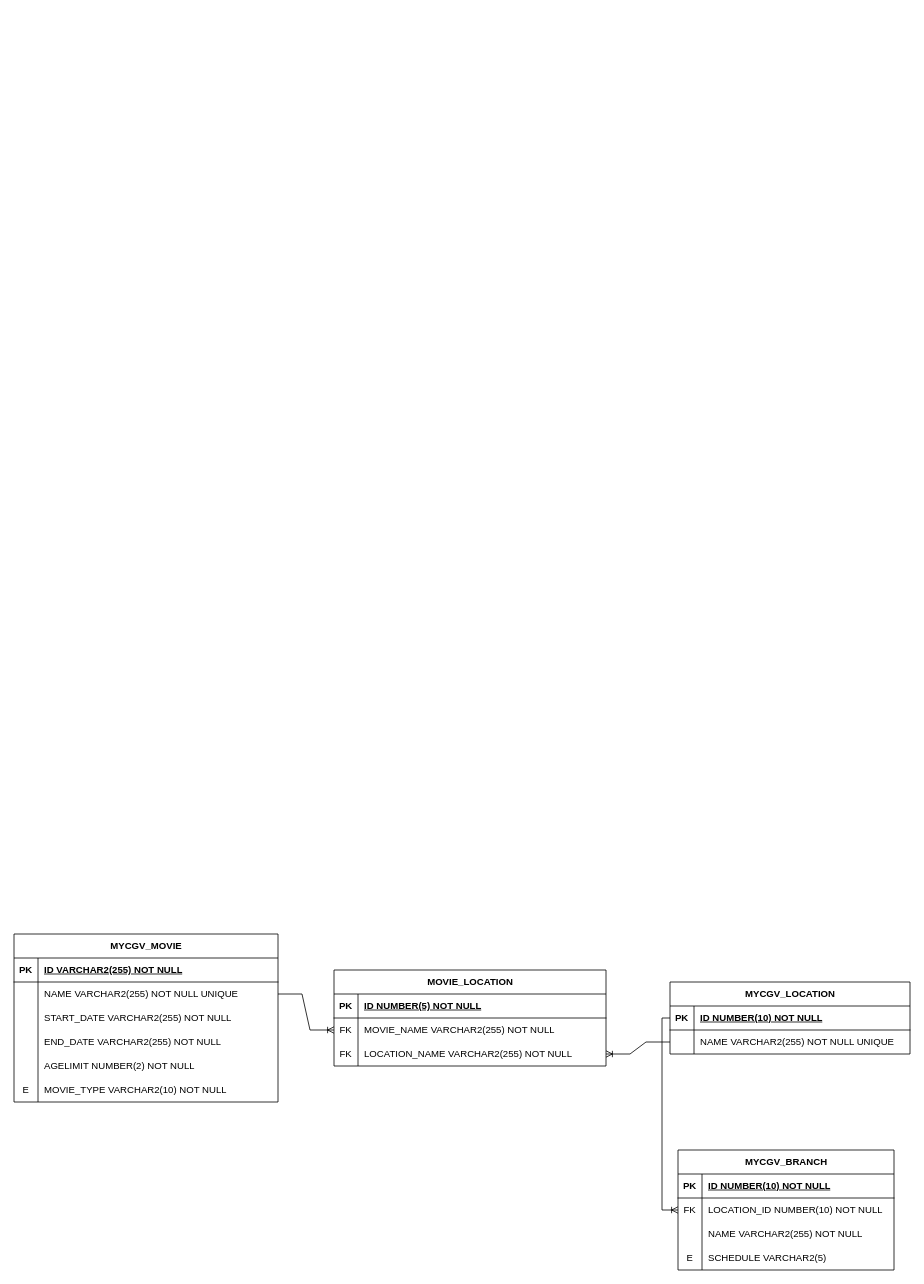
Earlier version of the draw.io diagram new mycgv_erd.drawio (jaehyeonkim0/mycgv). Source tidied: cells renumbered, new cells numbered last; positions are measured from the earlier drawing's top-left corner, leaving out a move shared by most shapes. Both pictures are drawn from the tidied source at 80%, with x=0, y=0 at pixel (14, 934).
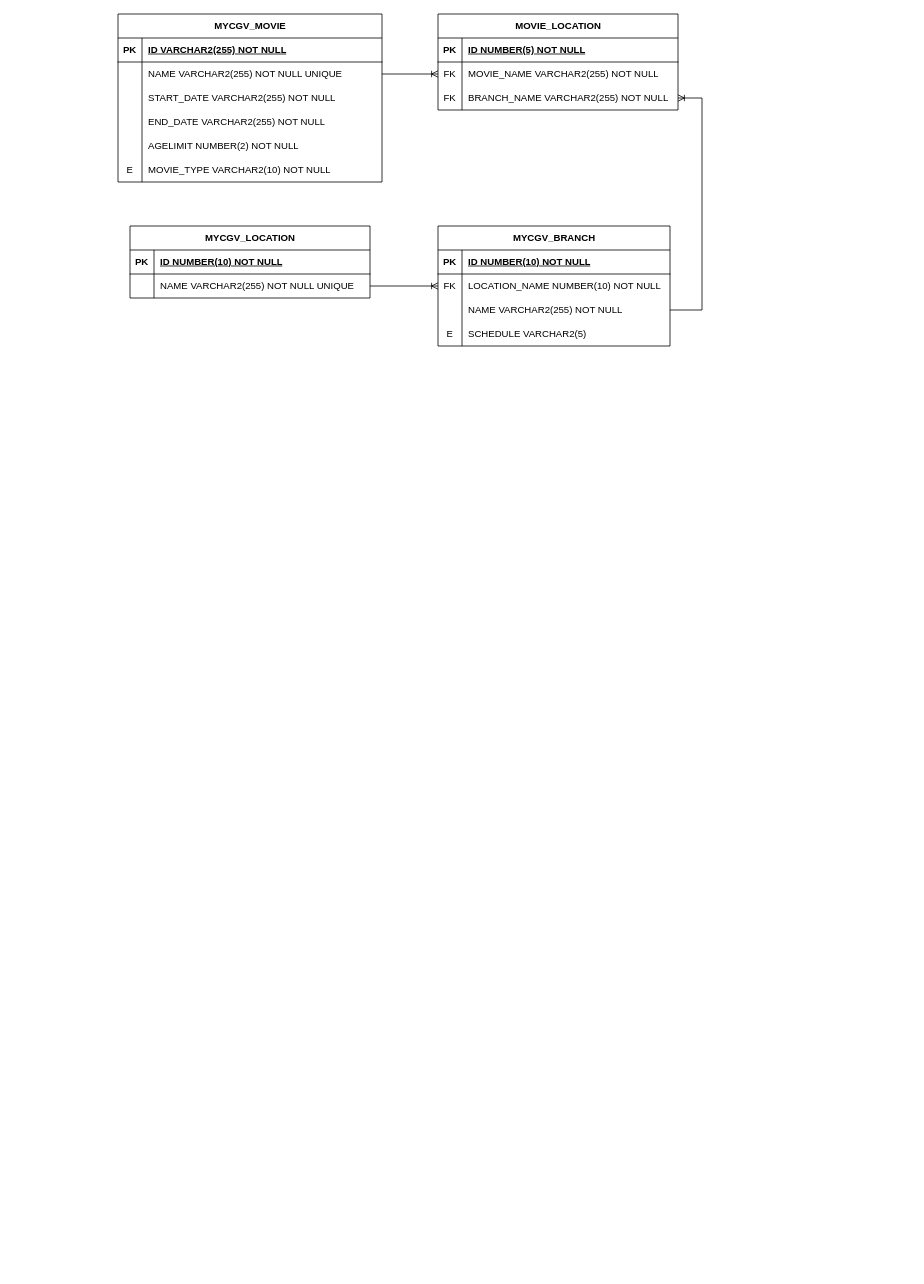
The same page after the edit.

Unchanged cells that the change refers to:
```xml
<mxCell id="22" style="shape=tableRow;horizontal=0;startSize=0;swimlaneHead=0;swimlaneBody=0;fillColor=none;points=[[0,0.5],[1,0.5]];portConstraint=eastwest;top=0;left=0;right=0;bottom=1;" parent="21" vertex="1">
  <mxGeometry y="30" width="300" height="30" as="geometry" />
</mxCell>
<mxCell id="25" style="shape=tableRow;horizontal=0;startSize=0;swimlaneHead=0;swimlaneBody=0;fillColor=none;points=[[0,0.5],[1,0.5]];portConstraint=eastwest;top=0;left=0;right=0;bottom=0;" parent="21" vertex="1">
  <mxGeometry y="60" width="300" height="30" as="geometry" />
</mxCell>
```

The edit, as a diff of the source:
```diff
@@
     <mxCell id="2" value="MYCGV_MOVIE" style="shape=table;startSize=30;childLayout=tableLayout;rowLines=0;fontStyle=1;align=center;html=1;" parent="1" vertex="1">
-      <mxGeometry width="330" height="210" as="geometry" />
+      <mxGeometry x="130" y="-1150" width="330" height="210" as="geometry" />
     </mxCell>
@@
     <mxCell id="21" value="MYCGV_LOCATION" style="shape=table;startSize=30;childLayout=tableLayout;rowLines=0;fontStyle=1;align=center;html=1;" parent="1" vertex="1">
-      <mxGeometry x="820" y="60" width="300" height="90" as="geometry" />
+      <mxGeometry x="145" y="-885" width="300" height="90" as="geometry" />
     </mxCell>
@@
     <mxCell id="28" value="MYCGV_BRANCH" style="shape=table;startSize=30;childLayout=tableLayout;rowLines=0;fontStyle=1;align=center;html=1;" parent="1" vertex="1">
-      <mxGeometry x="830" y="270" width="270" height="150" as="geometry" />
+      <mxGeometry x="530" y="-885" width="290" height="150" as="geometry" />
     </mxCell>
     <mxCell id="29" style="shape=tableRow;horizontal=0;startSize=0;swimlaneHead=0;swimlaneBody=0;fillColor=none;top=0;left=0;right=0;bottom=1;" parent="28" vertex="1">
-      <mxGeometry y="30" width="270" height="30" as="geometry" />
+      <mxGeometry y="30" width="290" height="30" as="geometry" />
     </mxCell>
@@
     <mxCell id="31" value="ID NUMBER(10) NOT NULL" style="shape=partialRectangle;fillColor=none;top=0;left=0;bottom=0;right=0;align=left;spacingLeft=6;fontStyle=5;overflow=hidden;whiteSpace=wrap;html=1;" parent="29" vertex="1">
-      <mxGeometry x="30" width="240" height="30" as="geometry" />
+      <mxGeometry x="30" width="260" height="30" as="geometry" />
     </mxCell>
     <mxCell id="32" style="shape=tableRow;horizontal=0;startSize=0;swimlaneHead=0;swimlaneBody=0;fillColor=none;points=[[0,0.5],[1,0.5]];portConstraint=eastwest;top=0;left=0;right=0;bottom=0;" parent="28" vertex="1">
-      <mxGeometry y="60" width="270" height="30" as="geometry" />
+      <mxGeometry y="60" width="290" height="30" as="geometry" />
     </mxCell>
@@
-    <mxCell id="34" value="LOCATION_ID NUMBER(10) NOT NULL" style="shape=partialRectangle;fillColor=none;top=0;left=0;bottom=0;right=0;align=left;spacingLeft=6;overflow=hidden;whiteSpace=wrap;html=1;" parent="32" vertex="1">
-      <mxGeometry x="30" width="240" height="30" as="geometry" />
+    <mxCell id="34" value="LOCATION_NAME NUMBER(10) NOT NULL" style="shape=partialRectangle;fillColor=none;top=0;left=0;bottom=0;right=0;align=left;spacingLeft=6;overflow=hidden;whiteSpace=wrap;html=1;" parent="32" vertex="1">
+      <mxGeometry x="30" width="260" height="30" as="geometry" />
     </mxCell>
     <mxCell id="35" style="shape=tableRow;horizontal=0;startSize=0;swimlaneHead=0;swimlaneBody=0;fillColor=none;points=[[0,0.5],[1,0.5]];portConstraint=eastwest;top=0;left=0;right=0;bottom=0;" parent="28" vertex="1">
-      <mxGeometry y="90" width="270" height="30" as="geometry" />
+      <mxGeometry y="90" width="290" height="30" as="geometry" />
     </mxCell>
@@
     <mxCell id="37" value="NAME VARCHAR2(255) NOT NULL" style="shape=partialRectangle;fillColor=none;top=0;left=0;bottom=0;right=0;align=left;spacingLeft=6;overflow=hidden;whiteSpace=wrap;html=1;" parent="35" vertex="1">
-      <mxGeometry x="30" width="240" height="30" as="geometry" />
+      <mxGeometry x="30" width="260" height="30" as="geometry" />
     </mxCell>
     <mxCell id="38" style="shape=tableRow;horizontal=0;startSize=0;swimlaneHead=0;swimlaneBody=0;fillColor=none;top=0;left=0;right=0;bottom=0;" parent="28" vertex="1">
-      <mxGeometry y="120" width="270" height="30" as="geometry" />
+      <mxGeometry y="120" width="290" height="30" as="geometry" />
     </mxCell>
@@
     <mxCell id="40" value="SCHEDULE VARCHAR2(5)" style="shape=partialRectangle;fillColor=none;top=0;left=0;bottom=0;right=0;align=left;spacingLeft=6;overflow=hidden;whiteSpace=wrap;html=1;" parent="38" vertex="1">
-      <mxGeometry x="30" width="240" height="30" as="geometry" />
+      <mxGeometry x="30" width="260" height="30" as="geometry" />
     </mxCell>
-    <mxCell id="41" style="edgeStyle=orthogonalEdgeStyle;fontSize=12;html=1;endArrow=ERoneToMany;rounded=0;exitX=0;exitY=0.5;exitDx=0;exitDy=0;entryX=0;entryY=0.5;entryDx=0;entryDy=0;" parent="1" edge="1" source="22" target="32">
+    <mxCell id="41" style="edgeStyle=orthogonalEdgeStyle;fontSize=12;html=1;endArrow=ERoneToMany;rounded=0;exitX=1;exitY=0.5;exitDx=0;exitDy=0;entryX=0;entryY=0.5;entryDx=0;entryDy=0;" parent="1" edge="1" source="25" target="32">
       <mxGeometry relative="1" as="geometry" />
     </mxCell>
     <mxCell id="42" value="MOVIE_LOCATION" style="shape=table;startSize=30;childLayout=tableLayout;rowLines=0;fontStyle=1;align=center;html=1;" parent="1" vertex="1">
-      <mxGeometry x="400" y="45" width="340" height="120" as="geometry" />
+      <mxGeometry x="530" y="-1150" width="300" height="120" as="geometry" />
     </mxCell>
     <mxCell id="43" style="shape=tableRow;horizontal=0;startSize=0;swimlaneHead=0;swimlaneBody=0;fillColor=none;top=0;left=0;right=0;bottom=1;" parent="42" vertex="1">
-      <mxGeometry y="30" width="340" height="30" as="geometry" />
+      <mxGeometry y="30" width="300" height="30" as="geometry" />
     </mxCell>
@@
     <mxCell id="45" value="ID NUMBER(5) NOT NULL" style="shape=partialRectangle;fillColor=none;top=0;left=0;bottom=0;right=0;align=left;spacingLeft=6;fontStyle=5;overflow=hidden;whiteSpace=wrap;html=1;" parent="43" vertex="1">
-      <mxGeometry x="30" width="310" height="30" as="geometry" />
+      <mxGeometry x="30" width="270" height="30" as="geometry" />
     </mxCell>
     <mxCell id="46" style="shape=tableRow;horizontal=0;startSize=0;swimlaneHead=0;swimlaneBody=0;fillColor=none;points=[[0,0.5],[1,0.5]];portConstraint=eastwest;top=0;left=0;right=0;bottom=0;" parent="42" vertex="1">
-      <mxGeometry y="60" width="340" height="30" as="geometry" />
+      <mxGeometry y="60" width="300" height="30" as="geometry" />
     </mxCell>
@@
     <mxCell id="48" value="MOVIE_NAME VARCHAR2(255) NOT NULL" style="shape=partialRectangle;fillColor=none;top=0;left=0;bottom=0;right=0;align=left;spacingLeft=6;overflow=hidden;whiteSpace=wrap;html=1;" parent="46" vertex="1">
-      <mxGeometry x="30" width="310" height="30" as="geometry" />
+      <mxGeometry x="30" width="270" height="30" as="geometry" />
     </mxCell>
     <mxCell id="49" style="shape=tableRow;horizontal=0;startSize=0;swimlaneHead=0;swimlaneBody=0;fillColor=none;points=[[0,0.5],[1,0.5]];portConstraint=eastwest;top=0;left=0;right=0;bottom=0;" parent="42" vertex="1">
-      <mxGeometry y="90" width="340" height="30" as="geometry" />
+      <mxGeometry y="90" width="300" height="30" as="geometry" />
     </mxCell>
@@
-    <mxCell id="51" value="LOCATION_NAME VARCHAR2(255) NOT NULL" style="shape=partialRectangle;fillColor=none;top=0;left=0;bottom=0;right=0;align=left;spacingLeft=6;overflow=hidden;whiteSpace=wrap;html=1;" parent="49" vertex="1">
-      <mxGeometry x="30" width="310" height="30" as="geometry" />
+    <mxCell id="51" value="BRANCH_NAME VARCHAR2(255) NOT NULL" style="shape=partialRectangle;fillColor=none;top=0;left=0;bottom=0;right=0;align=left;spacingLeft=6;overflow=hidden;whiteSpace=wrap;html=1;" parent="49" vertex="1">
+      <mxGeometry x="30" width="270" height="30" as="geometry" />
     </mxCell>
@@
-    <mxCell id="53" style="edgeStyle=entityRelationEdgeStyle;fontSize=12;html=1;endArrow=ERoneToMany;rounded=0;exitX=0;exitY=0.5;exitDx=0;exitDy=0;entryX=1;entryY=0.5;entryDx=0;entryDy=0;" parent="1" edge="1" source="25" target="49">
-      <mxGeometry relative="1" as="geometry" />
+    <mxCell id="53" style="edgeStyle=orthogonalEdgeStyle;fontSize=12;html=1;endArrow=ERoneToMany;rounded=0;exitX=1;exitY=0.5;exitDx=0;exitDy=0;entryX=1;entryY=0.5;entryDx=0;entryDy=0;" parent="1" edge="1" source="35" target="49">
+      <mxGeometry relative="1" as="geometry">
+        <Array as="points">
+          <mxPoint x="860" y="-780" />
+          <mxPoint x="860" y="-1045" />
+        </Array>
+      </mxGeometry>
     </mxCell>
```
